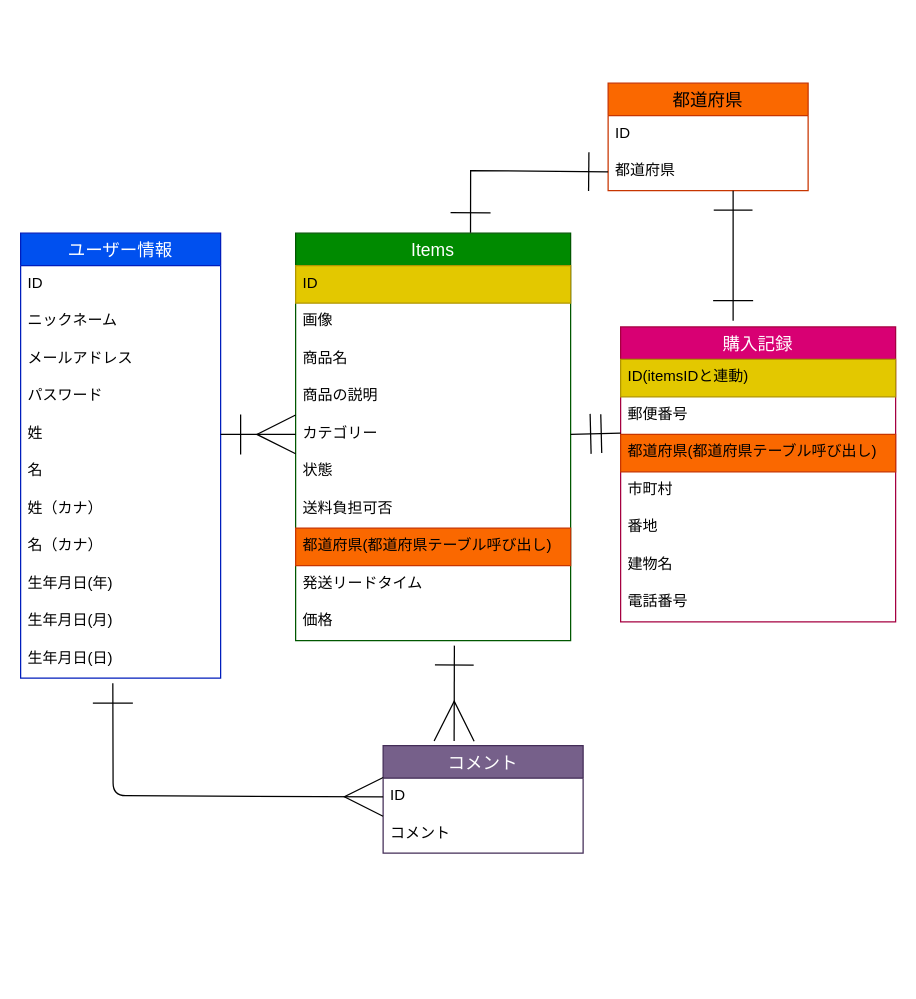
azu-M888/furima-40444 keeps this draw.io diagram as erzu.dio. Above is the earlier version. Source tidied: cells renumbered, new cells numbered last; positions are measured from the earlier drawing's top-left corner, leaving out a move shared by most shapes. Both pictures are drawn from the tidied source at 125%, with x=0, y=0 at pixel (20, 82).
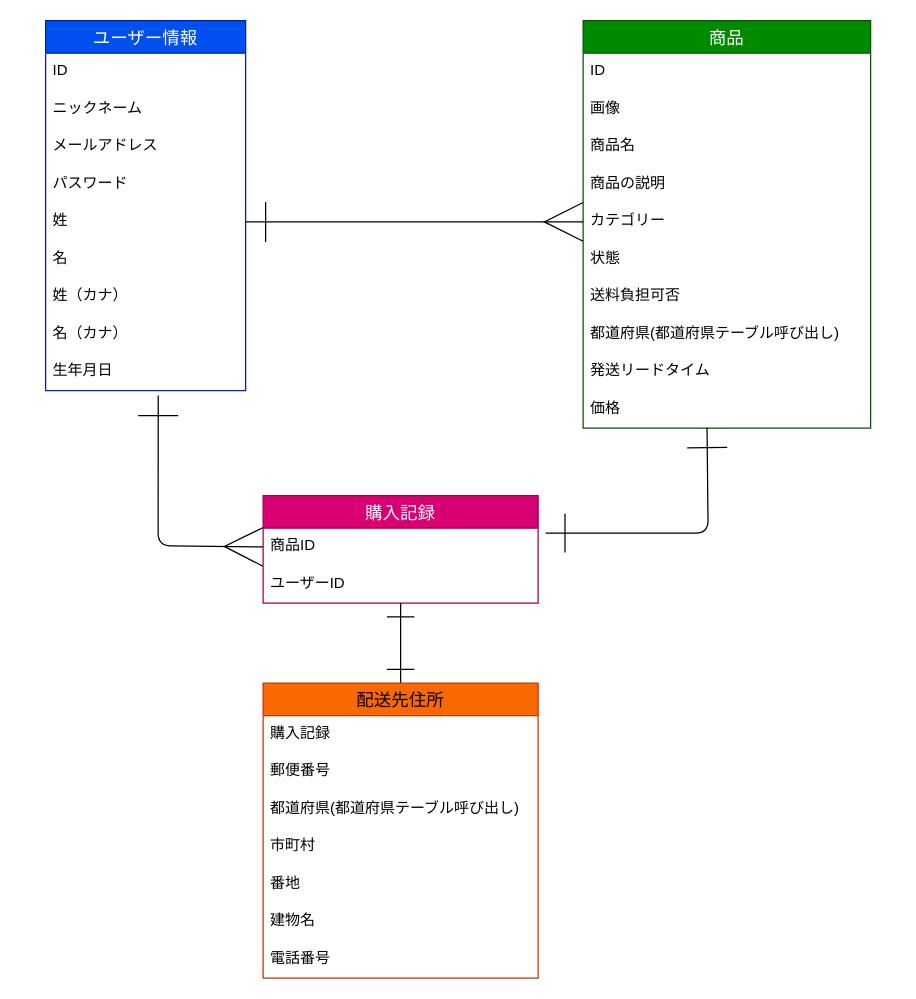
The same page after the edit.

The change refers to these unchanged cells:
```xml
<mxCell id="7" value="姓" style="text;strokeColor=none;fillColor=none;spacingLeft=4;spacingRight=4;overflow=hidden;points=[[0,0.5],[1,0.5]];portConstraint=eastwest;fontSize=12;" parent="2" vertex="1">
  <mxGeometry y="146" width="160" height="30" as="geometry" />
</mxCell>
```

What changed in the source:
```diff
@@
     <mxCell id="2" value="ユーザー情報" style="swimlane;fontStyle=0;horizontal=1;startSize=26;align=center;fontSize=14;fillColor=#0050ef;fontColor=#ffffff;strokeColor=#001DBC;" parent="1" vertex="1">
-      <mxGeometry y="120" width="160" height="356" as="geometry" />
+      <mxGeometry x="20" y="-50" width="160" height="296" as="geometry" />
     </mxCell>
@@
-    <mxCell id="11" value="生年月日(年)" style="text;strokeColor=none;fillColor=none;spacingLeft=4;spacingRight=4;overflow=hidden;points=[[0,0.5],[1,0.5]];portConstraint=eastwest;fontSize=12;" parent="2" vertex="1">
+    <mxCell id="11" value="生年月日&#10;" style="text;strokeColor=none;fillColor=none;spacingLeft=4;spacingRight=4;overflow=hidden;points=[[0,0.5],[1,0.5]];portConstraint=eastwest;fontSize=12;" parent="2" vertex="1">
       <mxGeometry y="266" width="160" height="30" as="geometry" />
     </mxCell>
-    <mxCell id="12" value="生年月日(月)" style="text;strokeColor=none;fillColor=none;spacingLeft=4;spacingRight=4;overflow=hidden;fontSize=12;" parent="2" vertex="1">
-      <mxGeometry y="296" width="160" height="30" as="geometry" />
-    </mxCell>
-    <mxCell id="13" value="生年月日(日)" style="text;strokeColor=none;fillColor=none;spacingLeft=4;spacingRight=4;overflow=hidden;points=[[0,0.5],[1,0.5]];portConstraint=eastwest;fontSize=12;" parent="2" vertex="1">
-      <mxGeometry y="326" width="160" height="30" as="geometry" />
-    </mxCell>
-    <mxCell id="14" value="Items" style="swimlane;fontStyle=0;horizontal=1;startSize=26;align=center;fontSize=14;fillColor=#008a00;fontColor=#ffffff;strokeColor=#005700;" parent="1" vertex="1">
-      <mxGeometry x="220" y="120" width="220" height="326" as="geometry" />
+    <mxCell id="14" value="商品" style="swimlane;fontStyle=0;horizontal=1;startSize=26;align=center;fontSize=14;fillColor=#008a00;fontColor=#ffffff;strokeColor=#005700;" parent="1" vertex="1">
+      <mxGeometry x="450" y="-50" width="230" height="326" as="geometry" />
     </mxCell>
-    <mxCell id="15" value="ID" style="text;strokeColor=#B09500;fillColor=#e3c800;spacingLeft=4;spacingRight=4;overflow=hidden;fontSize=12;fontColor=#000000;" parent="14" vertex="1">
-      <mxGeometry y="26" width="220" height="30" as="geometry" />
+    <mxCell id="15" value="ID" style="text;spacingLeft=4;spacingRight=4;overflow=hidden;fontSize=12;" parent="14" vertex="1">
+      <mxGeometry y="26" width="230" height="30" as="geometry" />
     </mxCell>
     <mxCell id="16" value="画像 " style="text;strokeColor=none;fillColor=none;spacingLeft=4;spacingRight=4;overflow=hidden;fontSize=12;" parent="14" vertex="1">
-      <mxGeometry y="56" width="220" height="30" as="geometry" />
+      <mxGeometry y="56" width="230" height="30" as="geometry" />
     </mxCell>
     <mxCell id="17" value="商品名" style="text;strokeColor=none;fillColor=none;spacingLeft=4;spacingRight=4;overflow=hidden;fontSize=12;" parent="14" vertex="1">
-      <mxGeometry y="86" width="220" height="30" as="geometry" />
+      <mxGeometry y="86" width="230" height="30" as="geometry" />
     </mxCell>
     <mxCell id="18" value="商品の説明" style="text;strokeColor=none;fillColor=none;spacingLeft=4;spacingRight=4;overflow=hidden;fontSize=12;" parent="14" vertex="1">
-      <mxGeometry y="116" width="220" height="30" as="geometry" />
+      <mxGeometry y="116" width="230" height="30" as="geometry" />
     </mxCell>
     <mxCell id="19" value="カテゴリー" style="text;strokeColor=none;fillColor=none;spacingLeft=4;spacingRight=4;overflow=hidden;points=[[0,0.5],[1,0.5]];portConstraint=eastwest;fontSize=12;" parent="14" vertex="1">
-      <mxGeometry y="146" width="220" height="30" as="geometry" />
+      <mxGeometry y="146" width="230" height="30" as="geometry" />
     </mxCell>
     <mxCell id="20" value="状態" style="text;strokeColor=none;fillColor=none;spacingLeft=4;spacingRight=4;overflow=hidden;fontSize=12;" parent="14" vertex="1">
-      <mxGeometry y="176" width="220" height="30" as="geometry" />
+      <mxGeometry y="176" width="230" height="30" as="geometry" />
     </mxCell>
     <mxCell id="21" value="送料負担可否" style="text;strokeColor=none;fillColor=none;spacingLeft=4;spacingRight=4;overflow=hidden;fontSize=12;" parent="14" vertex="1">
-      <mxGeometry y="206" width="220" height="30" as="geometry" />
+      <mxGeometry y="206" width="230" height="30" as="geometry" />
     </mxCell>
-    <mxCell id="22" value="都道府県(都道府県テーブル呼び出し)" style="text;strokeColor=#C73500;fillColor=#fa6800;spacingLeft=4;spacingRight=4;overflow=hidden;fontSize=12;fontColor=#000000;" parent="14" vertex="1">
-      <mxGeometry y="236" width="220" height="30" as="geometry" />
+    <mxCell id="22" value="都道府県(都道府県テーブル呼び出し)" style="text;spacingLeft=4;spacingRight=4;overflow=hidden;fontSize=12;" parent="14" vertex="1">
+      <mxGeometry y="236" width="230" height="30" as="geometry" />
     </mxCell>
     <mxCell id="23" value="発送リードタイム" style="text;strokeColor=none;fillColor=none;spacingLeft=4;spacingRight=4;overflow=hidden;fontSize=12;" parent="14" vertex="1">
-      <mxGeometry y="266" width="220" height="30" as="geometry" />
+      <mxGeometry y="266" width="230" height="30" as="geometry" />
     </mxCell>
     <mxCell id="24" value="価格" style="text;strokeColor=none;fillColor=none;spacingLeft=4;spacingRight=4;overflow=hidden;points=[[0,0.5],[1,0.5]];portConstraint=eastwest;fontSize=12;" parent="14" vertex="1">
-      <mxGeometry y="296" width="220" height="30" as="geometry" />
+      <mxGeometry y="296" width="230" height="30" as="geometry" />
     </mxCell>
     <mxCell id="25" value="購入記録" style="swimlane;fontStyle=0;horizontal=1;startSize=26;align=center;fontSize=14;fillColor=#d80073;fontColor=#ffffff;strokeColor=#A50040;" parent="1" vertex="1">
-      <mxGeometry x="480" y="195" width="220" height="236" as="geometry" />
+      <mxGeometry x="194" y="330" width="220" height="86" as="geometry" />
     </mxCell>
-    <mxCell id="26" value="ID(itemsIDと連動)" style="text;strokeColor=#B09500;fillColor=#e3c800;spacingLeft=4;spacingRight=4;overflow=hidden;points=[[0,0.5],[1,0.5]];portConstraint=eastwest;fontSize=12;fontColor=#000000;" parent="25" vertex="1">
+    <mxCell id="26" value="商品ID" style="text;spacingLeft=4;spacingRight=4;overflow=hidden;points=[[0,0.5],[1,0.5]];portConstraint=eastwest;fontSize=12;" parent="25" vertex="1">
       <mxGeometry y="26" width="220" height="30" as="geometry" />
     </mxCell>
-    <mxCell id="27" value="郵便番号" style="text;strokeColor=none;fillColor=none;spacingLeft=4;spacingRight=4;overflow=hidden;points=[[0,0.5],[1,0.5]];portConstraint=eastwest;fontSize=12;" parent="25" vertex="1">
+    <mxCell id="27" value="ユーザーID" style="text;strokeColor=none;fillColor=none;spacingLeft=4;spacingRight=4;overflow=hidden;points=[[0,0.5],[1,0.5]];portConstraint=eastwest;fontSize=12;" parent="25" vertex="1">
       <mxGeometry y="56" width="220" height="30" as="geometry" />
     </mxCell>
+    <mxCell id="36" style="edgeStyle=none;html=1;exitX=1;exitY=0.5;exitDx=0;exitDy=0;endArrow=ERmany;endFill=0;endSize=29;startArrow=ERone;startFill=0;startSize=30;" parent="1" edge="1" source="7" target="19">
+      <mxGeometry relative="1" as="geometry" />
+    </mxCell>
+    <mxCell id="42" style="edgeStyle=none;html=1;exitX=0.563;exitY=1.133;exitDx=0;exitDy=0;endArrow=ERmany;endFill=0;endSize=29;startArrow=ERone;startFill=0;startSize=30;exitPerimeter=0;entryX=0;entryY=0.5;entryDx=0;entryDy=0;" parent="1" edge="1" source="11" target="26">
+      <mxGeometry relative="1" as="geometry">
+        <Array as="points">
+          <mxPoint x="110" y="370" />
+        </Array>
+      </mxGeometry>
+    </mxCell>
+    <mxCell id="45" style="edgeStyle=none;html=1;exitX=0.431;exitY=0.987;exitDx=0;exitDy=0;endArrow=ERone;endFill=0;endSize=29;startArrow=ERone;startFill=0;startSize=30;exitPerimeter=0;" parent="1" edge="1" source="24">
+      <mxGeometry relative="1" as="geometry">
+        <mxPoint x="420" y="360" as="targetPoint" />
+        <Array as="points">
+          <mxPoint x="550" y="360" />
+        </Array>
+      </mxGeometry>
+    </mxCell>
+    <mxCell id="46" style="edgeStyle=none;html=1;endArrow=ERone;endFill=0;startArrow=ERone;startFill=0;endSize=20;startSize=20;" parent="1" edge="1" source="47" target="27">
+      <mxGeometry relative="1" as="geometry" />
+    </mxCell>
+    <mxCell id="47" value="配送先住所" style="swimlane;fontStyle=0;horizontal=1;startSize=26;align=center;fontSize=14;fillColor=#fa6800;fontColor=#000000;strokeColor=#C73500;" parent="1" vertex="1">
+      <mxGeometry x="194" y="480" width="220" height="236" as="geometry" />
+    </mxCell>
+    <mxCell id="48" value="購入記録" style="text;spacingLeft=4;spacingRight=4;overflow=hidden;fontSize=12;" parent="47" vertex="1">
+      <mxGeometry y="26" width="220" height="30" as="geometry" />
+    </mxCell>
+    <mxCell id="49" value="郵便番号" style="text;strokeColor=none;fillColor=none;spacingLeft=4;spacingRight=4;overflow=hidden;fontSize=12;" parent="47" vertex="1">
+      <mxGeometry y="56" width="220" height="30" as="geometry" />
+    </mxCell>
-    <mxCell id="28" value="都道府県(都道府県テーブル呼び出し)" style="text;strokeColor=#C73500;fillColor=#fa6800;spacingLeft=4;spacingRight=4;overflow=hidden;fontSize=12;fontColor=#000000;" parent="25" vertex="1">
+    <mxCell id="28" value="都道府県(都道府県テーブル呼び出し)" style="text;spacingLeft=4;spacingRight=4;overflow=hidden;fontSize=12;" parent="47" vertex="1">
       <mxGeometry y="86" width="220" height="30" as="geometry" />
     </mxCell>
-    <mxCell id="29" value="市町村" style="text;strokeColor=none;fillColor=none;spacingLeft=4;spacingRight=4;overflow=hidden;fontSize=12;" parent="25" vertex="1">
+    <mxCell id="29" value="市町村" style="text;strokeColor=none;fillColor=none;spacingLeft=4;spacingRight=4;overflow=hidden;fontSize=12;" parent="47" vertex="1">
       <mxGeometry y="116" width="220" height="30" as="geometry" />
     </mxCell>
-    <mxCell id="30" value="番地" style="text;strokeColor=none;fillColor=none;spacingLeft=4;spacingRight=4;overflow=hidden;fontSize=12;" parent="25" vertex="1">
+    <mxCell id="30" value="番地" style="text;strokeColor=none;fillColor=none;spacingLeft=4;spacingRight=4;overflow=hidden;fontSize=12;" parent="47" vertex="1">
       <mxGeometry y="146" width="220" height="30" as="geometry" />
     </mxCell>
-    <mxCell id="31" value="建物名" style="text;strokeColor=none;fillColor=none;spacingLeft=4;spacingRight=4;overflow=hidden;fontSize=12;" parent="25" vertex="1">
+    <mxCell id="31" value="建物名" style="text;strokeColor=none;fillColor=none;spacingLeft=4;spacingRight=4;overflow=hidden;fontSize=12;" parent="47" vertex="1">
       <mxGeometry y="176" width="220" height="30" as="geometry" />
     </mxCell>
-    <mxCell id="32" value="電話番号" style="text;strokeColor=none;fillColor=none;spacingLeft=4;spacingRight=4;overflow=hidden;fontSize=12;" parent="25" vertex="1">
+    <mxCell id="32" value="電話番号" style="text;strokeColor=none;fillColor=none;spacingLeft=4;spacingRight=4;overflow=hidden;fontSize=12;" parent="47" vertex="1">
       <mxGeometry y="206" width="220" height="30" as="geometry" />
     </mxCell>
-    <mxCell id="33" value="コメント" style="swimlane;fontStyle=0;horizontal=1;startSize=26;align=center;fontSize=14;fillColor=#76608a;strokeColor=#432D57;fontColor=#ffffff;" parent="1" vertex="1">
-      <mxGeometry x="290" y="530" width="160" height="86" as="geometry" />
-    </mxCell>
-    <mxCell id="34" value="ID" style="text;strokeColor=none;fillColor=none;spacingLeft=4;spacingRight=4;overflow=hidden;points=[[0,0.5],[1,0.5]];portConstraint=eastwest;fontSize=12;" parent="33" vertex="1">
-      <mxGeometry y="26" width="160" height="30" as="geometry" />
-    </mxCell>
-    <mxCell id="35" value="コメント" style="text;strokeColor=none;fillColor=none;spacingLeft=4;spacingRight=4;overflow=hidden;fontSize=12;" parent="33" vertex="1">
-      <mxGeometry y="56" width="160" height="30" as="geometry" />
-    </mxCell>
-    <mxCell id="36" style="edgeStyle=none;html=1;exitX=1;exitY=0.5;exitDx=0;exitDy=0;endArrow=ERmany;endFill=0;endSize=29;startArrow=ERone;startFill=0;startSize=30;" parent="1" edge="1" source="7" target="19">
-      <mxGeometry relative="1" as="geometry" />
-    </mxCell>
-    <mxCell id="37" style="endArrow=ERone;html=1;rounded=0;startSize=30;endSize=29;exitX=0.355;exitY=-0.042;exitDx=0;exitDy=0;startArrow=ERmany;startFill=0;exitPerimeter=0;endFill=0;" parent="1" edge="1" source="33">
-      <mxGeometry relative="1" as="geometry">
-        <mxPoint x="347" y="450" as="targetPoint" />
-      </mxGeometry>
-    </mxCell>
-    <mxCell id="38" style="edgeStyle=none;html=1;exitX=1;exitY=0.5;exitDx=0;exitDy=0;startArrow=ERone;startFill=0;endArrow=ERone;endFill=0;startSize=30;endSize=29;" parent="1" edge="1" source="19">
-      <mxGeometry relative="1" as="geometry">
-        <mxPoint x="480" y="280" as="targetPoint" />
-      </mxGeometry>
-    </mxCell>
-    <mxCell id="39" style="edgeStyle=none;html=1;exitX=0.461;exitY=1.134;exitDx=0;exitDy=0;entryX=0;entryY=0.5;entryDx=0;entryDy=0;startArrow=ERone;startFill=0;endArrow=ERmany;endFill=0;startSize=30;endSize=29;exitPerimeter=0;" parent="1" edge="1" source="13" target="34">
-      <mxGeometry relative="1" as="geometry">
-        <Array as="points">
-          <mxPoint x="74" y="570" />
-        </Array>
-      </mxGeometry>
-    </mxCell>
-    <mxCell id="40" value="都道府県" style="swimlane;fontStyle=0;horizontal=1;startSize=26;align=center;fontSize=14;fillColor=#fa6800;fontColor=#000000;strokeColor=#C73500;" parent="1" vertex="1">
-      <mxGeometry x="470" width="160" height="86" as="geometry" />
-    </mxCell>
-    <mxCell id="41" value="ID" style="text;strokeColor=none;fillColor=none;spacingLeft=4;spacingRight=4;overflow=hidden;fontSize=12;" parent="40" vertex="1">
-      <mxGeometry y="26" width="160" height="30" as="geometry" />
-    </mxCell>
-    <mxCell id="42" value="都道府県" style="text;strokeColor=none;fillColor=none;spacingLeft=4;spacingRight=4;overflow=hidden;points=[[0,0.5],[1,0.5]];portConstraint=eastwest;fontSize=12;" parent="40" vertex="1">
-      <mxGeometry y="56" width="160" height="30" as="geometry" />
-    </mxCell>
-    <mxCell id="43" style="endArrow=ERone;html=1;rounded=0;startSize=30;endSize=29;entryX=0.625;entryY=1.001;entryDx=0;entryDy=0;entryPerimeter=0;endFill=0;startArrow=ERone;startFill=0;" parent="1" edge="1" target="42">
-      <mxGeometry relative="1" as="geometry">
-        <mxPoint x="570" y="190" as="sourcePoint" />
-      </mxGeometry>
-    </mxCell>
-    <mxCell id="44" style="endArrow=ERone;html=1;rounded=0;startSize=30;endSize=29;entryX=0;entryY=0.5;entryDx=0;entryDy=0;exitX=0.636;exitY=-0.001;exitDx=0;exitDy=0;endFill=0;startArrow=ERone;startFill=0;exitPerimeter=0;" parent="1" edge="1" source="14">
-      <mxGeometry relative="1" as="geometry">
-        <mxPoint x="470" y="71" as="targetPoint" />
-        <Array as="points">
-          <mxPoint x="360" y="70" />
-        </Array>
-      </mxGeometry>
-    </mxCell>
```
